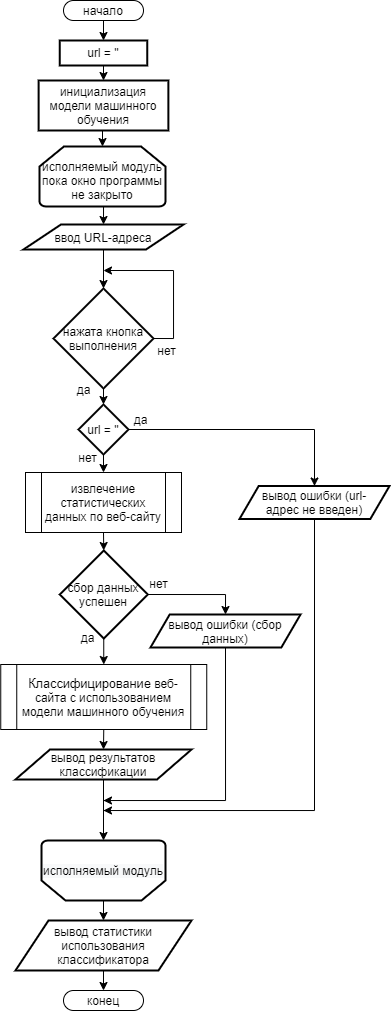
Above: data/diagrams/flowchart.png in KostyaRyabov/phishDetect (draw.io), before the change. Source tidied: cells renumbered, new cells last; positions are measured from the earlier drawing's top-left corner, leaving out a move shared by most shapes.
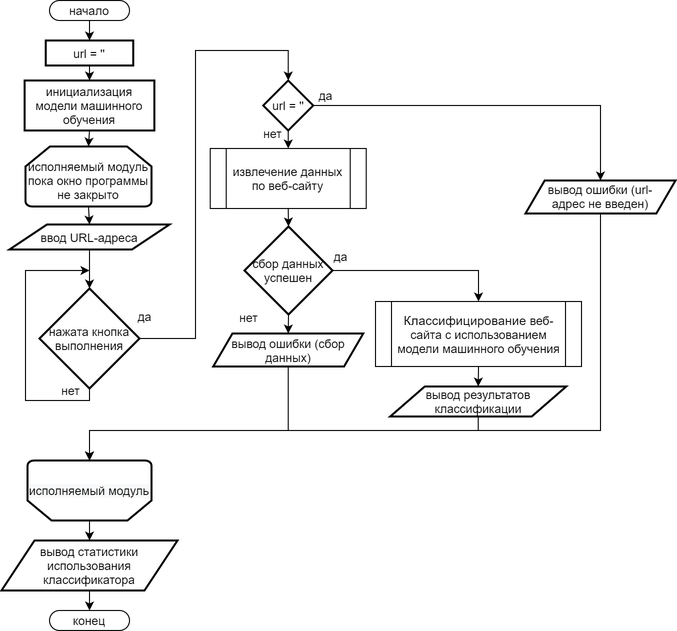
The same diagram one commit later.

What changed in the source:
```diff
@@ -9,7 +9,7 @@
       <mxGeometry x="63" width="80" height="20" as="geometry" />
     </mxCell>
     <mxCell id="4" value="конец" style="rounded=1;whiteSpace=wrap;html=1;arcSize=50;" parent="1" vertex="1">
-      <mxGeometry x="63" y="990" width="80" height="20" as="geometry" />
+      <mxGeometry x="63" y="610" width="80" height="20" as="geometry" />
     </mxCell>
     <mxCell id="5" style="edgeStyle=orthogonalEdgeStyle;rounded=0;jettySize=auto;html=1;exitX=0.5;exitY=1;exitDx=0;exitDy=0;exitPerimeter=0;entryX=0.5;entryY=0;entryDx=0;entryDy=0;endArrow=classic;endFill=1;strokeWidth=1;" parent="1" edge="1" source="6" target="18">
       <mxGeometry relative="1" as="geometry" />
@@ -21,21 +21,27 @@
       <mxGeometry relative="1" as="geometry" />
     </mxCell>
     <mxCell id="8" value="&lt;span style=&quot;background-color: rgb(248 , 249 , 250)&quot;&gt;исполняемый модуль&lt;/span&gt;" style="strokeWidth=2;html=1;shape=mxgraph.flowchart.loop_limit;whiteSpace=wrap;rotation=0;horizontal=1;verticalAlign=middle;direction=west;" parent="1" vertex="1">
-      <mxGeometry x="41" y="840" width="124" height="60" as="geometry" />
+      <mxGeometry x="41" y="460" width="124" height="60" as="geometry" />
     </mxCell>
-    <mxCell id="9" style="edgeStyle=orthogonalEdgeStyle;rounded=0;jettySize=auto;html=1;exitX=0.5;exitY=1;exitDx=0;exitDy=0;exitPerimeter=0;entryX=0.5;entryY=0;entryDx=0;entryDy=0;entryPerimeter=0;endArrow=classic;endFill=1;strokeWidth=1;" parent="1" edge="1" source="11" target="16">
-      <mxGeometry relative="1" as="geometry" />
+    <mxCell id="9" style="edgeStyle=orthogonalEdgeStyle;rounded=0;jettySize=auto;html=1;exitX=1;exitY=0.5;exitDx=0;exitDy=0;exitPerimeter=0;entryX=0.5;entryY=0;entryDx=0;entryDy=0;entryPerimeter=0;" parent="1" edge="1" source="11" target="16">
+      <mxGeometry relative="1" as="geometry">
+        <Array as="points">
+          <mxPoint x="209" y="338" />
+          <mxPoint x="209" y="50" />
+          <mxPoint x="302" y="50" />
+        </Array>
+      </mxGeometry>
     </mxCell>
-    <mxCell id="10" style="edgeStyle=orthogonalEdgeStyle;rounded=0;orthogonalLoop=1;jettySize=auto;html=1;exitX=1;exitY=0.5;exitDx=0;exitDy=0;exitPerimeter=0;" parent="1" edge="1">
-      <mxGeometry relative="1" as="geometry">
-        <mxPoint x="153" y="338" as="sourcePoint" />
-        <mxPoint x="103" y="270" as="targetPoint" />
-        <Array as="points">
-          <mxPoint x="173" y="338" />
-          <mxPoint x="173" y="270" />
-        </Array>
-      </mxGeometry>
-    </mxCell>
+    <mxCell id="42" style="edgeStyle=orthogonalEdgeStyle;rounded=0;jettySize=auto;html=1;exitX=0.5;exitY=1;exitDx=0;exitDy=0;exitPerimeter=0;" parent="1" edge="1" source="11">
+      <mxGeometry relative="1" as="geometry">
+        <mxPoint x="103" y="270" as="targetPoint" />
+        <Array as="points">
+          <mxPoint x="103" y="400" />
+          <mxPoint x="39" y="400" />
+          <mxPoint x="39" y="270" />
+        </Array>
+      </mxGeometry>
+    </mxCell>
     <mxCell id="11" value="нажата кнопка выполнения" style="strokeWidth=2;html=1;shape=mxgraph.flowchart.decision;whiteSpace=wrap;" parent="1" vertex="1">
       <mxGeometry x="53" y="288" width="100" height="100" as="geometry" />
     </mxCell>
@@ -52,7 +58,7 @@
       <mxGeometry relative="1" as="geometry" />
     </mxCell>
     <mxCell id="16" value="url = ''" style="strokeWidth=2;html=1;shape=mxgraph.flowchart.decision;whiteSpace=wrap;" parent="1" vertex="1">
-      <mxGeometry x="78" y="404" width="50" height="50" as="geometry" />
+      <mxGeometry x="276.7" y="80" width="50" height="50" as="geometry" />
     </mxCell>
     <mxCell id="17" style="edgeStyle=orthogonalEdgeStyle;rounded=0;jettySize=auto;html=1;exitX=0.5;exitY=1;exitDx=0;exitDy=0;entryX=0.5;entryY=0;entryDx=0;entryDy=0;entryPerimeter=0;endArrow=classic;endFill=1;strokeWidth=1;" parent="1" edge="1" source="18" target="11">
       <mxGeometry relative="1" as="geometry" />
@@ -63,23 +69,23 @@
     <mxCell id="19" style="edgeStyle=orthogonalEdgeStyle;rounded=0;jettySize=auto;html=1;exitX=0.5;exitY=1;exitDx=0;exitDy=0;entryX=0.5;entryY=0;entryDx=0;entryDy=0;entryPerimeter=0;endArrow=classic;endFill=1;strokeWidth=1;" parent="1" edge="1" source="20" target="25">
       <mxGeometry relative="1" as="geometry" />
     </mxCell>
-    <mxCell id="20" value="извлечение статистических данных по веб-сайту" style="verticalLabelPosition=middle;verticalAlign=middle;html=1;shape=process;whiteSpace=wrap;rounded=0;size=0.10256410256410256;arcSize=6;labelPosition=center;align=center;" parent="1" vertex="1">
-      <mxGeometry x="25" y="472" width="156" height="60" as="geometry" />
+    <mxCell id="20" value="извлечение данных по веб-сайту" style="verticalLabelPosition=middle;verticalAlign=middle;html=1;shape=process;whiteSpace=wrap;rounded=0;size=0.10256410256410256;arcSize=6;labelPosition=center;align=center;" parent="1" vertex="1">
+      <mxGeometry x="223.8" y="148" width="156" height="60" as="geometry" />
     </mxCell>
     <mxCell id="21" style="edgeStyle=orthogonalEdgeStyle;rounded=0;jettySize=auto;html=1;exitX=0.5;exitY=1;exitDx=0;exitDy=0;entryX=0.5;entryY=0;entryDx=0;entryDy=0;endArrow=classic;endFill=1;strokeWidth=1;" parent="1" edge="1" source="22" target="29">
       <mxGeometry relative="1" as="geometry" />
     </mxCell>
     <mxCell id="22" value="&lt;span style=&quot;font-family: sans-serif ; font-size: 12.7px ; background-color: rgb(255 , 255 , 255)&quot;&gt;Классифицирование&lt;/span&gt;&lt;span style=&quot;font-family: sans-serif ; font-size: 12.7px ; background-color: rgb(255 , 255 , 255)&quot;&gt;&amp;nbsp;&lt;/span&gt;веб-сайта с использованием модели машинного обучения" style="verticalLabelPosition=middle;verticalAlign=middle;html=1;shape=process;whiteSpace=wrap;rounded=0;size=0.07766990291262191;arcSize=6;labelPosition=center;align=center;" parent="1" vertex="1">
-      <mxGeometry x="0.2" y="664" width="206" height="65" as="geometry" />
+      <mxGeometry x="389" y="301" width="206" height="65" as="geometry" />
     </mxCell>
+    <mxCell id="24" style="edgeStyle=orthogonalEdgeStyle;rounded=0;jettySize=auto;html=1;exitX=1;exitY=0.5;exitDx=0;exitDy=0;exitPerimeter=0;entryX=0.5;entryY=0;entryDx=0;entryDy=0;" parent="1" edge="1" source="25" target="22">
+      <mxGeometry relative="1" as="geometry" />
+    </mxCell>
-    <mxCell id="23" style="edgeStyle=orthogonalEdgeStyle;rounded=0;jettySize=auto;html=1;exitX=1;exitY=0.5;exitDx=0;exitDy=0;exitPerimeter=0;entryX=0.5;entryY=0;entryDx=0;entryDy=0;endArrow=classic;endFill=1;strokeWidth=1;" parent="1" edge="1" source="25" target="33">
+    <mxCell id="23" style="edgeStyle=orthogonalEdgeStyle;rounded=0;jettySize=auto;html=1;exitX=0.5;exitY=1;exitDx=0;exitDy=0;exitPerimeter=0;entryX=0.5;entryY=0;entryDx=0;entryDy=0;" parent="1" edge="1" source="25" target="33">
       <mxGeometry relative="1" as="geometry" />
     </mxCell>
-    <mxCell id="24" style="edgeStyle=orthogonalEdgeStyle;rounded=0;jettySize=auto;html=1;exitX=0.5;exitY=1;exitDx=0;exitDy=0;exitPerimeter=0;entryX=0.5;entryY=0;entryDx=0;entryDy=0;endArrow=classic;endFill=1;strokeWidth=1;" parent="1" edge="1" source="25" target="22">
-      <mxGeometry relative="1" as="geometry" />
-    </mxCell>
     <mxCell id="25" value="сбор данных успешен" style="strokeWidth=2;html=1;shape=mxgraph.flowchart.decision;whiteSpace=wrap;" parent="1" vertex="1">
-      <mxGeometry x="59.2" y="550" width="88" height="88" as="geometry" />
+      <mxGeometry x="258" y="226" width="88" height="88" as="geometry" />
     </mxCell>
     <mxCell id="26" style="edgeStyle=orthogonalEdgeStyle;rounded=0;jettySize=auto;html=1;exitX=0.5;exitY=1;exitDx=0;exitDy=0;entryX=0.5;entryY=0;entryDx=0;entryDy=0;entryPerimeter=0;endArrow=classic;endFill=1;strokeWidth=1;" parent="1" edge="1" source="27" target="6">
       <mxGeometry relative="1" as="geometry" />
@@ -87,59 +93,62 @@
     <mxCell id="27" value="инициализация модели машинного обучения" style="rounded=1;whiteSpace=wrap;html=1;absoluteArcSize=1;arcSize=0;strokeWidth=2;" parent="1" vertex="1">
       <mxGeometry x="38.1" y="80" width="129.8" height="50" as="geometry" />
     </mxCell>
-    <mxCell id="28" style="edgeStyle=orthogonalEdgeStyle;rounded=0;jettySize=auto;html=1;exitX=0.5;exitY=1;exitDx=0;exitDy=0;entryX=0.5;entryY=1;entryDx=0;entryDy=0;entryPerimeter=0;endArrow=classic;endFill=1;strokeWidth=1;" parent="1" edge="1" source="29" target="8">
-      <mxGeometry relative="1" as="geometry" />
+    <mxCell id="28" style="edgeStyle=orthogonalEdgeStyle;rounded=0;jettySize=auto;html=1;exitX=0.5;exitY=1;exitDx=0;exitDy=0;entryX=0.5;entryY=1;entryDx=0;entryDy=0;entryPerimeter=0;" parent="1" edge="1" source="29" target="8">
+      <mxGeometry relative="1" as="geometry">
+        <Array as="points">
+          <mxPoint x="492" y="430" />
+          <mxPoint x="103" y="430" />
+        </Array>
+      </mxGeometry>
     </mxCell>
     <mxCell id="29" value="вывод результатов классификации" style="shape=parallelogram;html=1;strokeWidth=2;perimeter=parallelogramPerimeter;whiteSpace=wrap;rounded=1;arcSize=0;size=0.19602272727272776;" parent="1" vertex="1">
-      <mxGeometry x="15" y="749" width="176" height="30" as="geometry" />
+      <mxGeometry x="403.8" y="386" width="176" height="30" as="geometry" />
     </mxCell>
-    <mxCell id="30" style="edgeStyle=orthogonalEdgeStyle;rounded=0;jettySize=auto;html=1;exitX=0.5;exitY=1;exitDx=0;exitDy=0;endArrow=classic;endFill=1;strokeWidth=1;" parent="1" edge="1" source="31">
-      <mxGeometry relative="1" as="geometry">
-        <mxPoint x="103" y="810" as="targetPoint" />
-        <Array as="points">
-          <mxPoint x="314" y="810" />
-          <mxPoint x="103" y="810" />
-        </Array>
-      </mxGeometry>
-    </mxCell>
+    <mxCell id="43" style="edgeStyle=orthogonalEdgeStyle;rounded=0;jettySize=auto;html=1;exitX=0.5;exitY=1;exitDx=0;exitDy=0;entryX=0.5;entryY=1;entryDx=0;entryDy=0;entryPerimeter=0;" parent="1" edge="1" source="31" target="8">
+      <mxGeometry relative="1" as="geometry">
+        <Array as="points">
+          <mxPoint x="614" y="430" />
+          <mxPoint x="103" y="430" />
+        </Array>
+      </mxGeometry>
+    </mxCell>
     <mxCell id="31" value="вывод ошибки (url-адрес не введен)" style="shape=parallelogram;html=1;strokeWidth=2;perimeter=parallelogramPerimeter;whiteSpace=wrap;rounded=1;arcSize=0;size=0.1278409090909091;spacing=2;spacingLeft=8;spacingRight=8;" parent="1" vertex="1">
-      <mxGeometry x="239" y="485.5" width="150" height="33" as="geometry" />
+      <mxGeometry x="539" y="180" width="150" height="33" as="geometry" />
     </mxCell>
-    <mxCell id="32" style="edgeStyle=orthogonalEdgeStyle;rounded=0;jettySize=auto;html=1;exitX=0.5;exitY=1;exitDx=0;exitDy=0;endArrow=classic;endFill=1;strokeWidth=1;" parent="1" edge="1" source="33">
-      <mxGeometry relative="1" as="geometry">
-        <mxPoint x="103" y="800" as="targetPoint" />
-        <Array as="points">
-          <mxPoint x="225" y="800" />
-          <mxPoint x="103" y="800" />
-        </Array>
-      </mxGeometry>
-    </mxCell>
+    <mxCell id="44" style="edgeStyle=orthogonalEdgeStyle;rounded=0;jettySize=auto;html=1;exitX=0.5;exitY=1;exitDx=0;exitDy=0;entryX=0.5;entryY=1;entryDx=0;entryDy=0;entryPerimeter=0;" parent="1" edge="1" source="33" target="8">
+      <mxGeometry relative="1" as="geometry">
+        <Array as="points">
+          <mxPoint x="302" y="430" />
+          <mxPoint x="103" y="430" />
+        </Array>
+      </mxGeometry>
+    </mxCell>
     <mxCell id="33" value="вывод ошибки (сбор данных)" style="shape=parallelogram;html=1;strokeWidth=2;perimeter=parallelogramPerimeter;whiteSpace=wrap;rounded=1;arcSize=0;size=0.1278409090909091;spacing=2;spacingLeft=8;spacingRight=8;" parent="1" vertex="1">
-      <mxGeometry x="150" y="614" width="150" height="33" as="geometry" />
+      <mxGeometry x="226.8" y="333" width="150" height="33" as="geometry" />
     </mxCell>
     <mxCell id="34" value="да" style="text;html=1;align=center;verticalAlign=middle;" parent="1" vertex="1">
-      <mxGeometry x="68" y="379" width="30" height="20" as="geometry" />
+      <mxGeometry x="143" y="306" width="30" height="20" as="geometry" />
     </mxCell>
     <mxCell id="35" value="да" style="text;html=1;align=center;verticalAlign=middle;" parent="1" vertex="1">
-      <mxGeometry x="125" y="409" width="30" height="20" as="geometry" />
+      <mxGeometry x="323.8" y="85" width="30" height="20" as="geometry" />
     </mxCell>
     <mxCell id="36" value="нет" style="text;html=1;align=center;verticalAlign=middle;" parent="1" vertex="1">
-      <mxGeometry x="72" y="447" width="30" height="20" as="geometry" />
+      <mxGeometry x="270.7" y="123" width="30" height="20" as="geometry" />
     </mxCell>
     <mxCell id="37" value="нет" style="text;html=1;align=center;verticalAlign=middle;" parent="1" vertex="1">
-      <mxGeometry x="151" y="340" width="30" height="20" as="geometry" />
+      <mxGeometry x="69" y="380" width="30" height="20" as="geometry" />
     </mxCell>
     <mxCell id="38" value="нет" style="text;html=1;align=center;verticalAlign=middle;" parent="1" vertex="1">
-      <mxGeometry x="143" y="573" width="30" height="20" as="geometry" />
+      <mxGeometry x="246.7" y="306.5" width="30" height="20" as="geometry" />
     </mxCell>
     <mxCell id="39" value="да" style="text;html=1;align=center;verticalAlign=middle;" parent="1" vertex="1">
-      <mxGeometry x="72" y="627" width="30" height="20" as="geometry" />
+      <mxGeometry x="339" y="246" width="30" height="20" as="geometry" />
     </mxCell>
     <mxCell id="40" style="edgeStyle=orthogonalEdgeStyle;rounded=0;jettySize=auto;html=1;exitX=0.5;exitY=1;exitDx=0;exitDy=0;entryX=0.5;entryY=0;entryDx=0;entryDy=0;" parent="1" edge="1" source="41" target="4">
       <mxGeometry relative="1" as="geometry" />
     </mxCell>
     <mxCell id="41" value="вывод статистики использования классификатора" style="shape=parallelogram;html=1;strokeWidth=2;perimeter=parallelogramPerimeter;whiteSpace=wrap;rounded=1;arcSize=0;size=0.1875426136363636;" parent="1" vertex="1">
-      <mxGeometry x="15" y="920" width="176" height="50" as="geometry" />
+      <mxGeometry x="15" y="540" width="176" height="50" as="geometry" />
     </mxCell>
   </root>
 </mxGraphModel>
```
